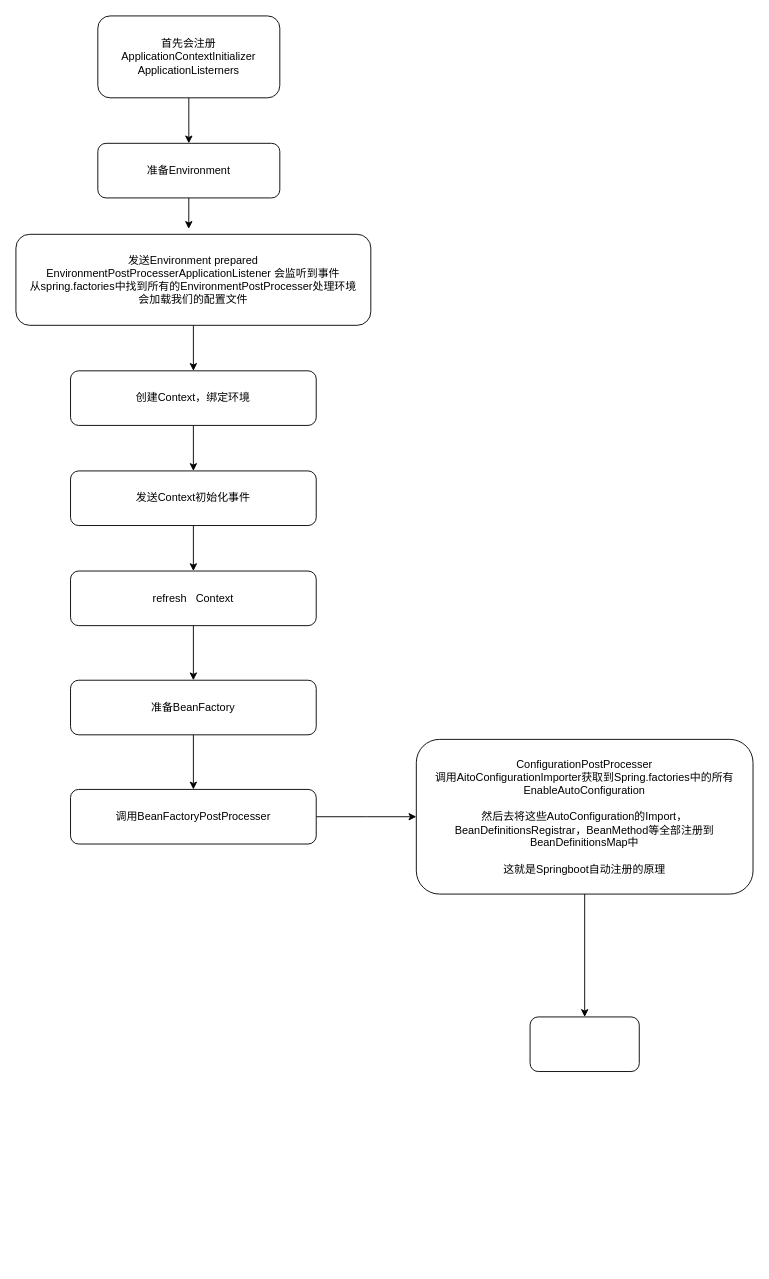
Above: design/Springboot.drawio in dajiao918/drwio (draw.io), before the change. Source tidied: cells renumbered, new cells numbered last; positions are measured from the earlier drawing's top-left corner, leaving out a move shared by most shapes. Both pictures are drawn from the tidied source at 91%, with x=0, y=0 at pixel (15, 15).
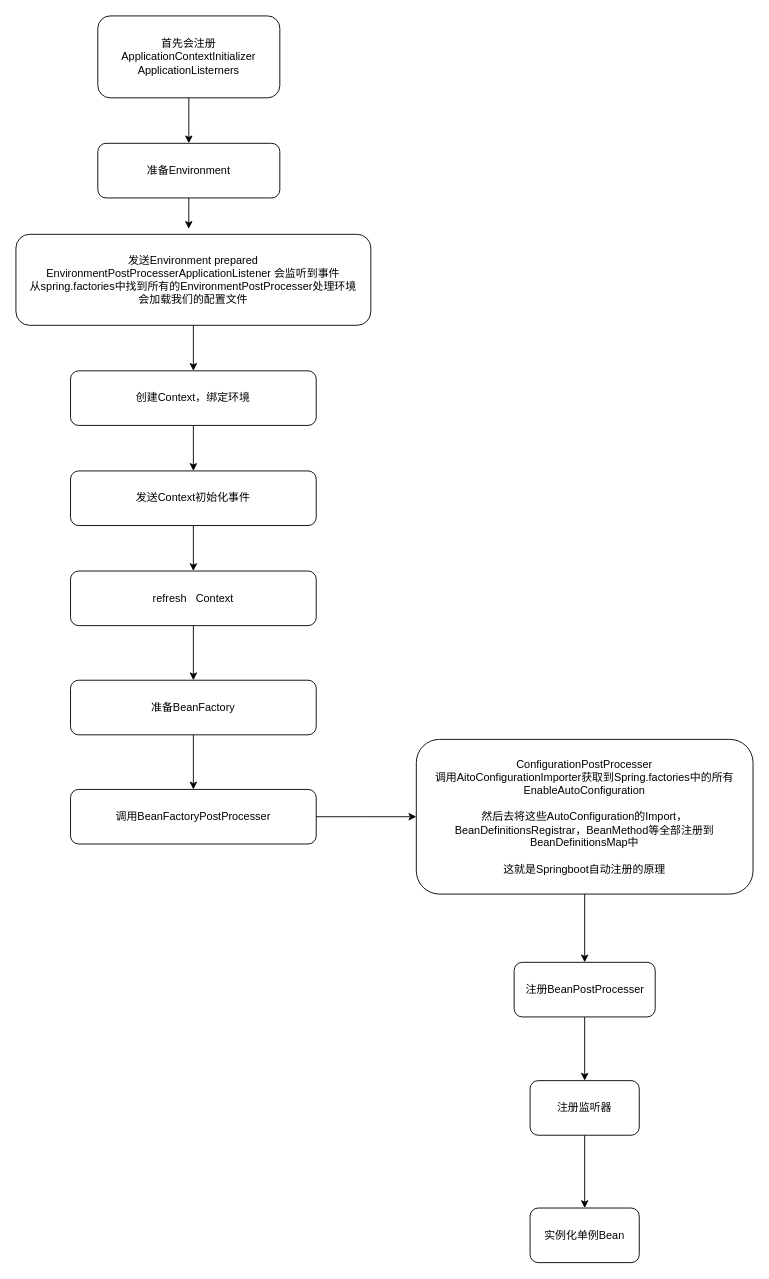
After the change.

What changed in the source:
```diff
@@
+    <mxCell id="21" style="edgeStyle=orthogonalEdgeStyle;rounded=0;jettySize=auto;html=1;" parent="1" edge="1" source="20" target="23">
+      <mxGeometry relative="1" as="geometry" />
+    </mxCell>
-    <mxCell id="20" style="rounded=1;whiteSpace=wrap;html=1;" parent="1" vertex="1">
-      <mxGeometry x="565" y="1100" width="120" height="60" as="geometry" />
+    <mxCell id="20" value="注册BeanPostProcesser" style="rounded=1;whiteSpace=wrap;html=1;" parent="1" vertex="1">
+      <mxGeometry x="547.5" y="1040" width="155" height="60" as="geometry" />
     </mxCell>
+    <mxCell id="22" style="edgeStyle=orthogonalEdgeStyle;rounded=0;jettySize=auto;html=1;" parent="1" edge="1" source="23" target="24">
+      <mxGeometry relative="1" as="geometry" />
+    </mxCell>
+    <mxCell id="23" value="注册监听器" style="rounded=1;whiteSpace=wrap;html=1;" parent="1" vertex="1">
+      <mxGeometry x="565" y="1170" width="120" height="60" as="geometry" />
+    </mxCell>
+    <mxCell id="24" value="实例化单例Bean" style="rounded=1;whiteSpace=wrap;html=1;" parent="1" vertex="1">
+      <mxGeometry x="565" y="1310" width="120" height="60" as="geometry" />
+    </mxCell>
```
